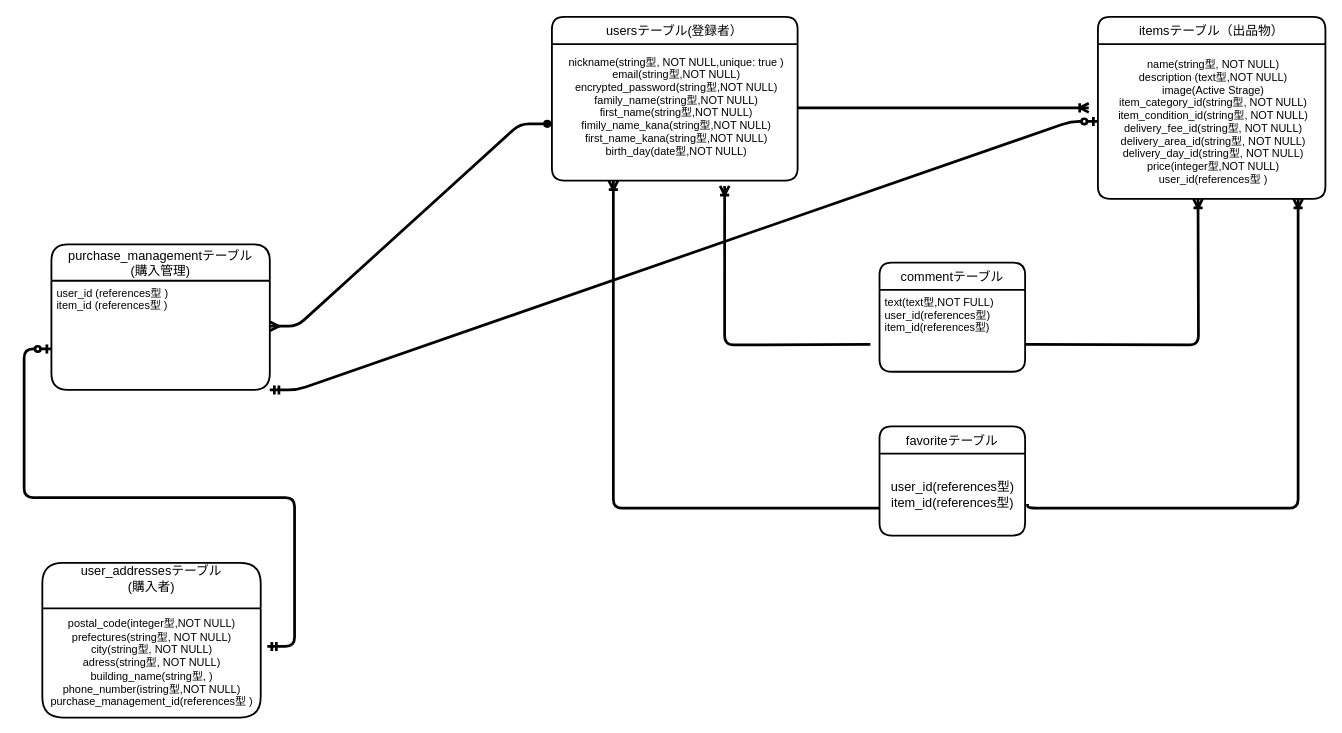
Before: test.dio in JunOno09/furima-32508, a draw.io diagram. Source tidied: cells renumbered, new cells numbered last; positions are measured from the earlier drawing's top-left corner, leaving out a move shared by most shapes. Both pictures are drawn from the tidied source at 91%, with x=0, y=0 at pixel (42, 16).
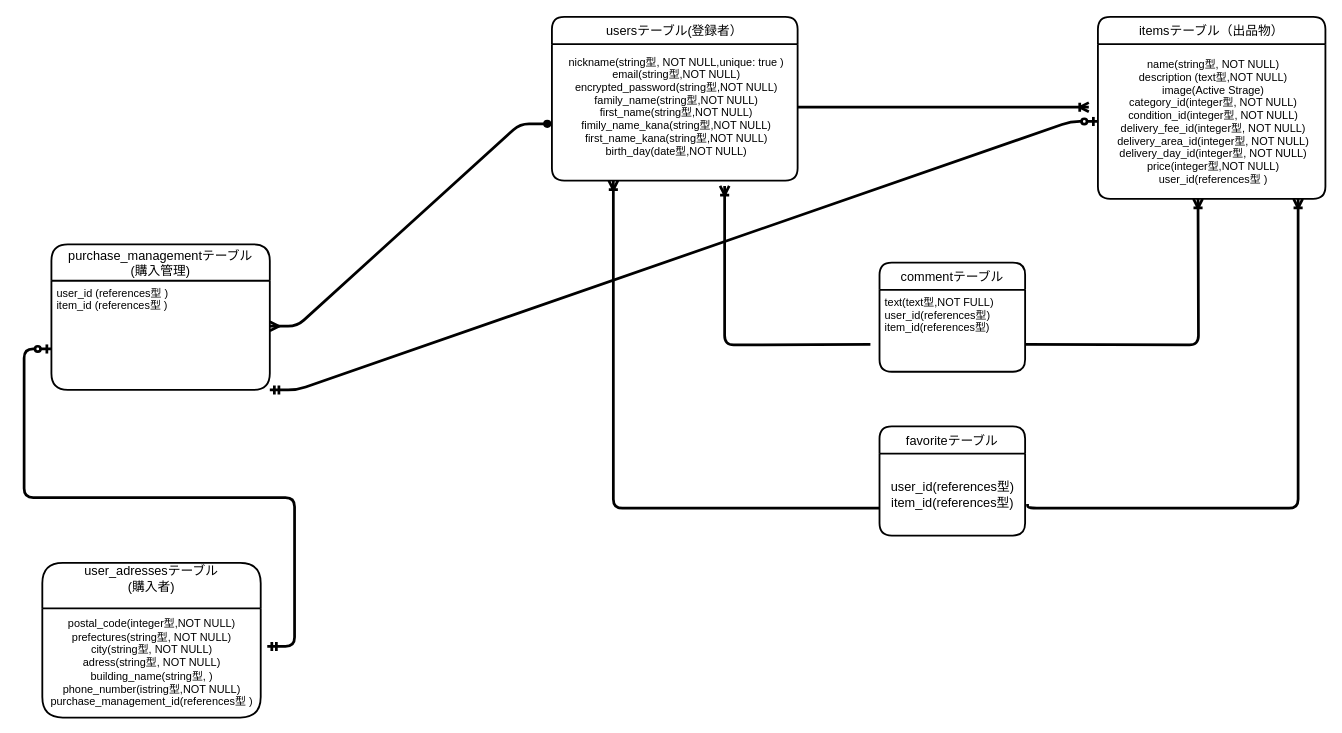
Above is the later version.

Unchanged cells that the change refers to:
```xml
<mxCell id="6" value="itemsテーブル（出品物）" style="swimlane;horizontal=1;startSize=30;rounded=1;fontSize=14;fontStyle=0;strokeWidth=2;shadow=0;dashed=0;align=center;" parent="1" vertex="1">
  <mxGeometry x="1160" width="250" height="200" as="geometry" />
</mxCell>
```

Diff of the diagram source:
```diff
@@
-    <mxCell id="2" value="user_addressesテーブル&#10;(購入者)&#10;" style="swimlane;horizontal=1;startSize=50;rounded=1;fontSize=14;fontStyle=0;strokeWidth=2;shadow=0;dashed=0;align=center;" parent="1" vertex="1">
+    <mxCell id="2" value="user_adressesテーブル&#10;(購入者)&#10;" style="swimlane;horizontal=1;startSize=50;rounded=1;fontSize=14;fontStyle=0;strokeWidth=2;shadow=0;dashed=0;align=center;" parent="1" vertex="1">
       <mxGeometry y="600" width="240" height="170" as="geometry" />
     </mxCell>
@@
-    <mxCell id="7" value="name(string型, NOT NULL)&#10;description (text型,NOT NULL)&#10;image(Active Strage)&#10;item_category_id(string型, NOT NULL)&#10;item_condition_id(string型, NOT NULL)&#10;delivery_fee_id(string型, NOT NULL)&#10;delivery_area_id(string型, NOT NULL)&#10;delivery_day_id(string型, NOT NULL)&#10;price(integer型,NOT NULL)&#10;user_id(references型 )" style="align=center;strokeColor=none;fillColor=none;spacingLeft=4;fontSize=12;verticalAlign=middle;" parent="6" vertex="1">
+    <mxCell id="7" value="name(string型, NOT NULL)&#10;description (text型,NOT NULL)&#10;image(Active Strage)&#10;category_id(integer型, NOT NULL)&#10;condition_id(integer型, NOT NULL)&#10;delivery_fee_id(integer型, NOT NULL)&#10;delivery_area_id(integer型, NOT NULL)&#10;delivery_day_id(integer型, NOT NULL)&#10;price(integer型,NOT NULL)&#10;user_id(references型 )" style="align=center;strokeColor=none;fillColor=none;spacingLeft=4;fontSize=12;verticalAlign=middle;" parent="6" vertex="1">
       <mxGeometry y="30" width="250" height="170" as="geometry" />
     </mxCell>
     <mxCell id="8" style="edgeStyle=entityRelationEdgeStyle;fontSize=14;html=1;endArrow=ERoneToMany;strokeWidth=3;" parent="1" edge="1">
       <mxGeometry relative="1" as="geometry">
-        <mxPoint x="830" y="100" as="sourcePoint" />
-        <mxPoint x="1150" y="100" as="targetPoint" />
+        <mxPoint x="830" y="99.3" as="sourcePoint" />
+        <mxPoint x="1150" y="99.3" as="targetPoint" />
       </mxGeometry>
     </mxCell>
```
